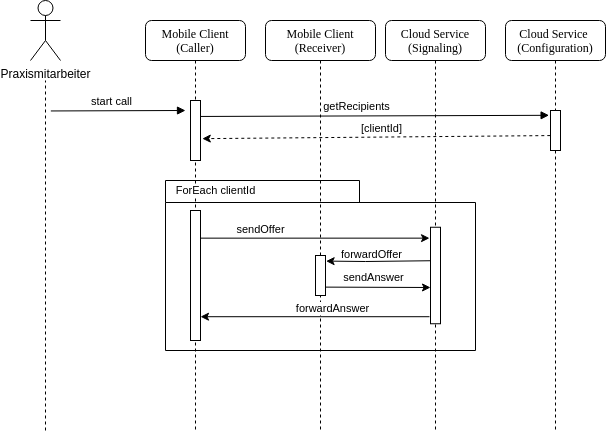
jsvilling/IP6_Bachelorarbeit_Bericht_Cloudbasiertes_Praxisrufsystem keeps this draw.io diagram as src/graphics/diagramms/Sequence_Intercom_Broking_V02.png. Above is the earlier version. Source tidied: cells renumbered, new cells last; positions are measured from the earlier drawing's top-left corner, leaving out a move shared by most shapes.
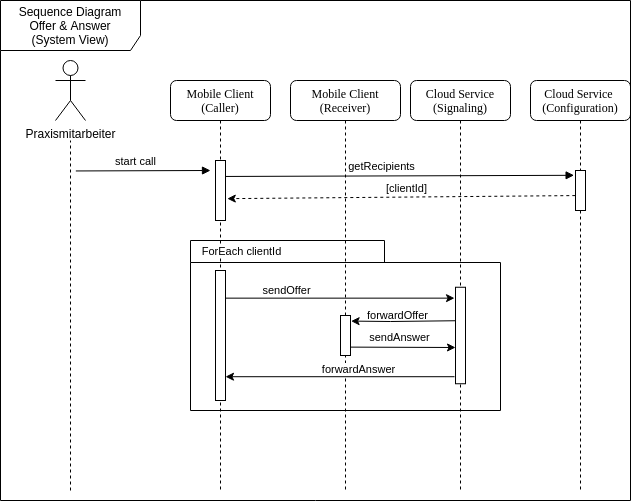
Later version of the same file.

Commit message:
Add diagram Frames for UML

Change to the diagram source:
```diff
@@ -100,5 +100,8 @@
         <mxPoint x="-1" y="2" as="offset" />
       </mxGeometry>
     </mxCell>
+    <mxCell id="27" value="Sequence Diagram&lt;br&gt;Offer &amp;amp; Answer&lt;br&gt;(System View)" style="shape=umlFrame;whiteSpace=wrap;html=1;width=140;height=50;" parent="1" vertex="1">
+      <mxGeometry x="-55" y="-60" width="630" height="500" as="geometry" />
+    </mxCell>
   </root>
 </mxGraphModel>
```
